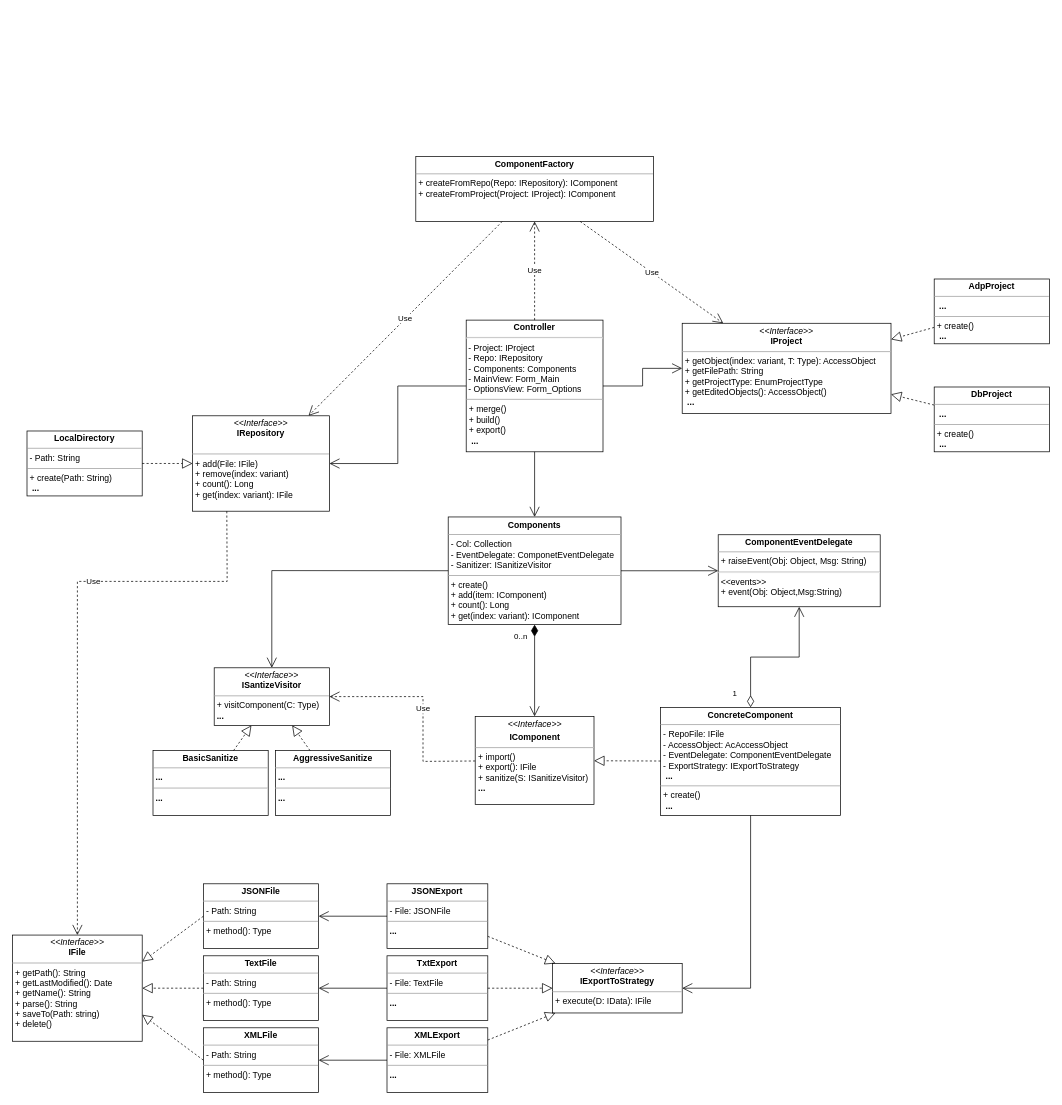
The draw.io diagram Class Diagram.drawio in Whiskeyless/msaccess-vcs-integration, before the edit. Source tidied: cells renumbered, new cells numbered last; positions are measured from the earlier drawing's top-left corner, leaving out a move shared by most shapes. Both pictures are drawn from the tidied source at 72%, with x=0, y=0 at pixel (12, 156).
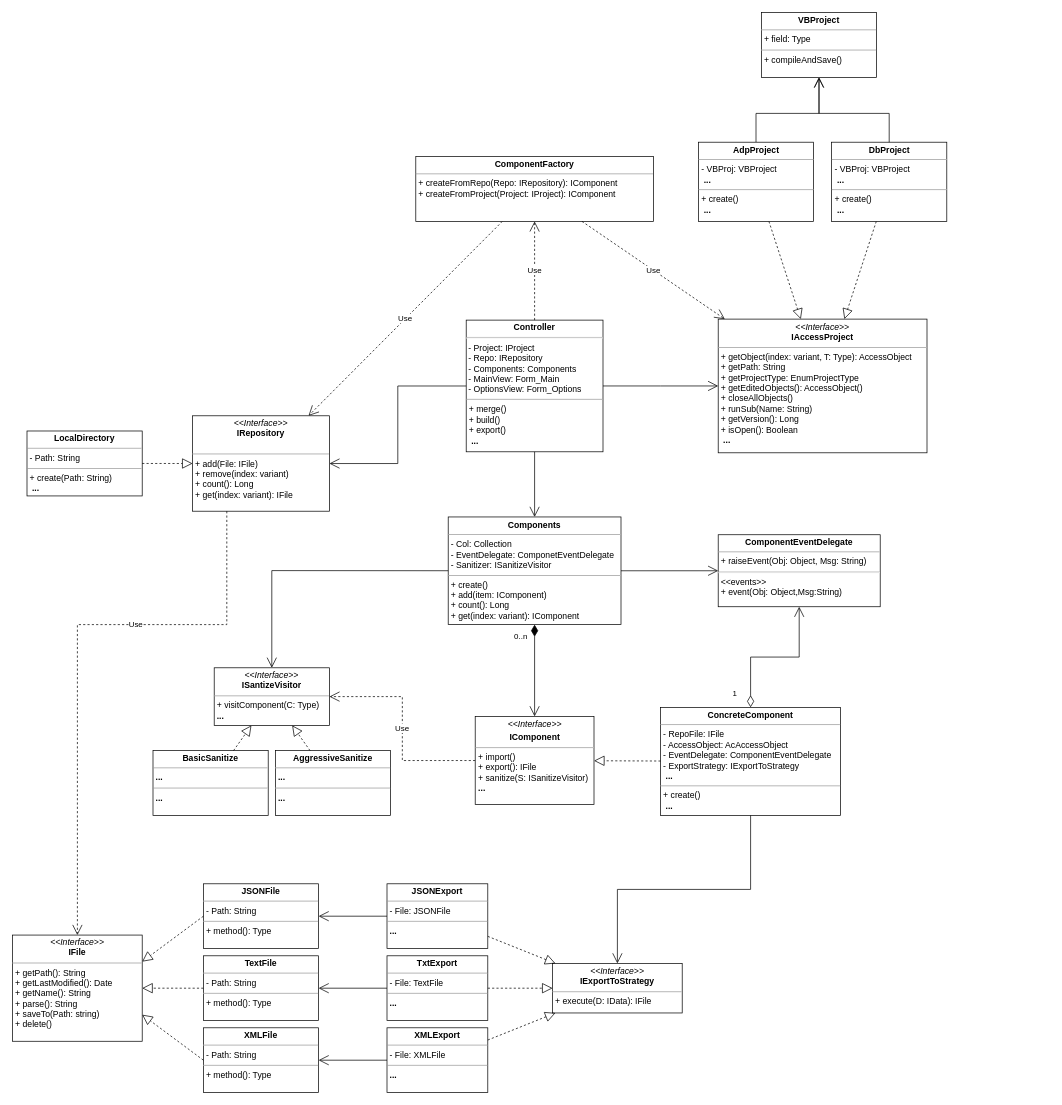
The same page after the edit.

The change refers to these unchanged cells:
```xml
<mxCell id="4" value="&lt;p style=&quot;margin:0px;margin-top:4px;text-align:center;&quot;&gt;&lt;b&gt;Controller&lt;/b&gt;&lt;/p&gt;&lt;hr&gt;&amp;nbsp;- Project: IProject&lt;br&gt;&amp;nbsp;- Repo: IRepository&lt;br&gt;&amp;nbsp;- Components: Components&lt;br&gt;&amp;nbsp;- MainView: Form_Main&lt;br&gt;&amp;nbsp;- OptionsView: Form_Options&lt;br&gt;&lt;hr size=&quot;1&quot;&gt;&lt;p style=&quot;margin:0px;margin-left:4px;&quot;&gt;&lt;span style=&quot;background-color: initial;&quot;&gt;+ merge()&lt;/span&gt;&lt;br&gt;&lt;/p&gt;&lt;p style=&quot;margin:0px;margin-left:4px;&quot;&gt;&lt;span style=&quot;background-color: initial;&quot;&gt;+ build()&lt;/span&gt;&lt;/p&gt;&lt;p style=&quot;margin:0px;margin-left:4px;&quot;&gt;+ export()&lt;/p&gt;&lt;p style=&quot;margin:0px;margin-left:4px;&quot;&gt;&amp;nbsp;&lt;b&gt;...&lt;/b&gt;&lt;/p&gt;" style="verticalAlign=top;align=left;overflow=fill;fontSize=12;fontFamily=Helvetica;html=1;" parent="1" vertex="1">
  <mxGeometry x="630" y="227.1" width="190" height="182.9" as="geometry" />
</mxCell>
<mxCell id="8" value="&lt;p style=&quot;margin:0px;margin-top:4px;text-align:center;&quot;&gt;&lt;b&gt;ConcreteComponent&lt;/b&gt;&lt;/p&gt;&lt;hr size=&quot;1&quot;&gt;&lt;p style=&quot;margin:0px;margin-left:4px;&quot;&gt;- RepoFile: IFile&lt;/p&gt;&lt;p style=&quot;margin:0px;margin-left:4px;&quot;&gt;- AccessObject: AcAccessObject&lt;/p&gt;&lt;p style=&quot;margin:0px;margin-left:4px;&quot;&gt;- EventDelegate: ComponentEventDelegate&lt;/p&gt;&lt;p style=&quot;margin:0px;margin-left:4px;&quot;&gt;- ExportStrategy: IExportToStrategy&lt;/p&gt;&lt;p style=&quot;margin:0px;margin-left:4px;&quot;&gt;&lt;span style=&quot;background-color: initial;&quot;&gt;&amp;nbsp;&lt;/span&gt;&lt;b style=&quot;background-color: initial;&quot;&gt;...&lt;/b&gt;&lt;br&gt;&lt;/p&gt;&lt;hr size=&quot;1&quot;&gt;&lt;p style=&quot;margin:0px;margin-left:4px;&quot;&gt;+ create()&lt;/p&gt;&lt;p style=&quot;margin:0px;margin-left:4px;&quot;&gt;&amp;nbsp;&lt;b&gt;...&lt;/b&gt;&lt;/p&gt;" style="verticalAlign=top;align=left;overflow=fill;fontSize=12;fontFamily=Helvetica;html=1;" parent="1" vertex="1">
  <mxGeometry x="900" y="765" width="250" height="150" as="geometry" />
</mxCell>
<mxCell id="9" value="&lt;p style=&quot;margin:0px;margin-top:4px;text-align:center;&quot;&gt;&lt;i&gt;&amp;lt;&amp;lt;Interface&amp;gt;&amp;gt;&lt;/i&gt;&lt;br&gt;&lt;/p&gt;&lt;p style=&quot;margin:0px;margin-top:4px;text-align:center;&quot;&gt;&lt;b&gt;IComponent&lt;/b&gt;&lt;/p&gt;&lt;hr size=&quot;1&quot;&gt;&lt;p style=&quot;margin: 0px 0px 0px 4px;&quot;&gt;+ import()&lt;/p&gt;&lt;p style=&quot;margin: 0px 0px 0px 4px;&quot;&gt;+ export(): IFile&lt;/p&gt;&lt;p style=&quot;margin: 0px 0px 0px 4px;&quot;&gt;+ sanitize(S: ISanitizeVisitor)&lt;/p&gt;&lt;p style=&quot;margin: 0px 0px 0px 4px;&quot;&gt;&lt;b style=&quot;background-color: initial;&quot;&gt;...&lt;/b&gt;&lt;/p&gt;" style="verticalAlign=top;align=left;overflow=fill;fontSize=12;fontFamily=Helvetica;html=1;" parent="1" vertex="1">
  <mxGeometry x="642.5" y="777.5" width="165" height="122.5" as="geometry" />
</mxCell>
<mxCell id="13" value="&lt;p style=&quot;margin:0px;margin-top:4px;text-align:center;&quot;&gt;&lt;i&gt;&amp;lt;&amp;lt;Interface&amp;gt;&amp;gt;&lt;/i&gt;&lt;br&gt;&lt;b&gt;IFile&lt;/b&gt;&lt;/p&gt;&lt;hr size=&quot;1&quot;&gt;&lt;p style=&quot;margin:0px;margin-left:4px;&quot;&gt;+ getPath(): String&lt;/p&gt;&lt;p style=&quot;margin:0px;margin-left:4px;&quot;&gt;+ getLastModified(): Date&lt;/p&gt;&lt;p style=&quot;margin:0px;margin-left:4px;&quot;&gt;+ getName(): String&lt;/p&gt;&lt;p style=&quot;margin:0px;margin-left:4px;&quot;&gt;&lt;span style=&quot;background-color: initial;&quot;&gt;+ parse(): String&lt;/span&gt;&lt;/p&gt;&lt;p style=&quot;margin:0px;margin-left:4px;&quot;&gt;+ saveTo(Path: string)&lt;/p&gt;&lt;p style=&quot;margin:0px;margin-left:4px;&quot;&gt;+ delete()&lt;/p&gt;" style="verticalAlign=top;align=left;overflow=fill;fontSize=12;fontFamily=Helvetica;html=1;" parent="1" vertex="1">
  <mxGeometry y="1081.2" width="180" height="147.5" as="geometry" />
</mxCell>
<mxCell id="23" value="&lt;p style=&quot;margin:0px;margin-top:4px;text-align:center;&quot;&gt;&lt;i&gt;&amp;lt;&amp;lt;Interface&amp;gt;&amp;gt;&lt;/i&gt;&lt;br&gt;&lt;b&gt;IRepository&lt;/b&gt;&lt;/p&gt;&lt;br&gt;&lt;hr size=&quot;1&quot;&gt;&lt;p style=&quot;margin:0px;margin-left:4px;&quot;&gt;+ add(File: IFile)&lt;br&gt;+ remove(index: variant)&lt;/p&gt;&lt;p style=&quot;margin:0px;margin-left:4px;&quot;&gt;+ count(): Long&lt;/p&gt;&lt;p style=&quot;margin:0px;margin-left:4px;&quot;&gt;+ get(index: variant): IFile&lt;/p&gt;" style="verticalAlign=top;align=left;overflow=fill;fontSize=12;fontFamily=Helvetica;html=1;" parent="1" vertex="1">
  <mxGeometry x="250" y="360" width="190" height="132.5" as="geometry" />
</mxCell>
<mxCell id="41" value="&lt;p style=&quot;margin:0px;margin-top:4px;text-align:center;&quot;&gt;&lt;i&gt;&amp;lt;&amp;lt;Interface&amp;gt;&amp;gt;&lt;/i&gt;&lt;br&gt;&lt;b&gt;IExportToStrategy&lt;/b&gt;&lt;/p&gt;&lt;hr size=&quot;1&quot;&gt;&lt;p style=&quot;margin:0px;margin-left:4px;&quot;&gt;+ execute(D: IData): IFile&lt;br&gt;&lt;/p&gt;" style="verticalAlign=top;align=left;overflow=fill;fontSize=12;fontFamily=Helvetica;html=1;" parent="1" vertex="1">
  <mxGeometry x="750" y="1120.6" width="180" height="68.8" as="geometry" />
</mxCell>
<mxCell id="46" value="&lt;p style=&quot;margin:0px;margin-top:4px;text-align:center;&quot;&gt;&lt;i&gt;&amp;lt;&amp;lt;Interface&amp;gt;&amp;gt;&lt;/i&gt;&lt;br&gt;&lt;b&gt;ISantizeVisitor&lt;/b&gt;&lt;/p&gt;&lt;hr size=&quot;1&quot;&gt;&lt;p style=&quot;margin:0px;margin-left:4px;&quot;&gt;+ visitComponent(C: Type)&lt;br&gt;&lt;/p&gt;&lt;p style=&quot;margin:0px;margin-left:4px;&quot;&gt;&lt;b&gt;...&lt;/b&gt;&lt;/p&gt;" style="verticalAlign=top;align=left;overflow=fill;fontSize=12;fontFamily=Helvetica;html=1;" parent="1" vertex="1">
  <mxGeometry x="280" y="710" width="160" height="80" as="geometry" />
</mxCell>
```

The edit, as a diff of the source:
```diff
@@
-    <mxCell id="3" value="&lt;p style=&quot;margin:0px;margin-top:4px;text-align:center;&quot;&gt;&lt;i&gt;&amp;lt;&amp;lt;Interface&amp;gt;&amp;gt;&lt;b&gt;&lt;br&gt;&lt;/b&gt;&lt;/i&gt;&lt;b&gt;IProject&lt;/b&gt;&lt;/p&gt;&lt;hr size=&quot;1&quot;&gt;&lt;p style=&quot;margin:0px;margin-left:4px;&quot;&gt;+ getObject(index: variant, T: Type): AccessObject&lt;/p&gt;&lt;p style=&quot;margin:0px;margin-left:4px;&quot;&gt;+ getFilePath: String&lt;/p&gt;&lt;p style=&quot;margin:0px;margin-left:4px;&quot;&gt;+ getProjectType: EnumProjectType&lt;/p&gt;&lt;p style=&quot;margin:0px;margin-left:4px;&quot;&gt;+ getEditedObjects(): AccessObject()&lt;/p&gt;&lt;p style=&quot;margin:0px;margin-left:4px;&quot;&gt;&lt;b&gt;&amp;nbsp;...&lt;/b&gt;&lt;/p&gt;" style="verticalAlign=top;align=left;overflow=fill;fontSize=12;fontFamily=Helvetica;html=1;" parent="1" vertex="1">
-      <mxGeometry x="930" y="231.5" width="290" height="125.2" as="geometry" />
+    <mxCell id="3" value="&lt;p style=&quot;margin:0px;margin-top:4px;text-align:center;&quot;&gt;&lt;i&gt;&amp;lt;&amp;lt;Interface&amp;gt;&amp;gt;&lt;b&gt;&lt;br&gt;&lt;/b&gt;&lt;/i&gt;&lt;b&gt;IAccessProject&lt;/b&gt;&lt;/p&gt;&lt;hr size=&quot;1&quot;&gt;&lt;p style=&quot;margin:0px;margin-left:4px;&quot;&gt;+ getObject(index: variant, T: Type): AccessObject&lt;/p&gt;&lt;p style=&quot;margin:0px;margin-left:4px;&quot;&gt;+ getPath: String&lt;/p&gt;&lt;p style=&quot;margin:0px;margin-left:4px;&quot;&gt;+ getProjectType: EnumProjectType&lt;/p&gt;&lt;p style=&quot;margin:0px;margin-left:4px;&quot;&gt;+ getEditedObjects(): AccessObject()&lt;/p&gt;&lt;p style=&quot;margin:0px;margin-left:4px;&quot;&gt;+ closeAllObjects()&lt;/p&gt;&lt;p style=&quot;margin:0px;margin-left:4px;&quot;&gt;+ runSub(Name: String)&lt;/p&gt;&lt;p style=&quot;margin:0px;margin-left:4px;&quot;&gt;+ getVersion(): Long&lt;/p&gt;&lt;p style=&quot;margin:0px;margin-left:4px;&quot;&gt;+ isOpen(): Boolean&lt;/p&gt;&lt;p style=&quot;margin:0px;margin-left:4px;&quot;&gt;&lt;b&gt;&amp;nbsp;...&lt;/b&gt;&lt;/p&gt;" style="verticalAlign=top;align=left;overflow=fill;fontSize=12;fontFamily=Helvetica;html=1;" parent="1" vertex="1">
+      <mxGeometry x="980" y="225.7" width="290" height="185.7" as="geometry" />
     </mxCell>
@@
-    <mxCell id="5" style="endArrow=open;html=1;endSize=12;startArrow=none;startSize=14;startFill=0;edgeStyle=orthogonalEdgeStyle;align=left;verticalAlign=bottom;rounded=0;" parent="1" edge="1" source="4" target="3">
+    <mxCell id="5" style="endArrow=open;html=1;endSize=12;startArrow=none;startSize=14;startFill=0;align=left;verticalAlign=bottom;rounded=0;edgeStyle=elbowEdgeStyle;" parent="1" edge="1" source="4" target="3">
       <mxGeometry relative="1" as="geometry" />
     </mxCell>
@@
+    <mxCell id="53" style="edgeStyle=orthogonalEdgeStyle;rounded=0;jettySize=auto;html=1;endArrow=open;endFill=0;endSize=12;entryX=0.5;entryY=1;entryDx=0;entryDy=0;" parent="1" edge="1" source="21" target="54">
+      <mxGeometry relative="1" as="geometry">
+        <Array as="points">
+          <mxPoint x="1033" y="-60" />
+          <mxPoint x="1120" y="-60" />
+        </Array>
+      </mxGeometry>
+    </mxCell>
-    <mxCell id="21" value="&lt;p style=&quot;margin:0px;margin-top:4px;text-align:center;&quot;&gt;&lt;b&gt;AdpProject&lt;/b&gt;&lt;/p&gt;&lt;hr size=&quot;1&quot;&gt;&lt;p style=&quot;margin:0px;margin-left:4px;&quot;&gt;&lt;b&gt;&amp;nbsp;...&lt;/b&gt;&lt;/p&gt;&lt;hr size=&quot;1&quot;&gt;&lt;p style=&quot;margin: 0px 0px 0px 4px;&quot;&gt;+ create()&lt;/p&gt;&lt;p style=&quot;margin: 0px 0px 0px 4px;&quot;&gt;&amp;nbsp;&lt;b&gt;...&lt;/b&gt;&lt;/p&gt;" style="verticalAlign=top;align=left;overflow=fill;fontSize=12;fontFamily=Helvetica;html=1;" parent="1" vertex="1">
-      <mxGeometry x="1280" y="170" width="160" height="90" as="geometry" />
+    <mxCell id="21" value="&lt;p style=&quot;margin:0px;margin-top:4px;text-align:center;&quot;&gt;&lt;b&gt;AdpProject&lt;/b&gt;&lt;/p&gt;&lt;hr size=&quot;1&quot;&gt;&lt;p style=&quot;margin:0px;margin-left:4px;&quot;&gt;- VBProj: VBProject&lt;/p&gt;&lt;p style=&quot;margin:0px;margin-left:4px;&quot;&gt;&lt;b&gt;&amp;nbsp;...&lt;/b&gt;&lt;/p&gt;&lt;hr size=&quot;1&quot;&gt;&lt;p style=&quot;margin: 0px 0px 0px 4px;&quot;&gt;+ create()&lt;/p&gt;&lt;p style=&quot;margin: 0px 0px 0px 4px;&quot;&gt;&amp;nbsp;&lt;b&gt;...&lt;/b&gt;&lt;/p&gt;" style="verticalAlign=top;align=left;overflow=fill;fontSize=12;fontFamily=Helvetica;html=1;" parent="1" vertex="1">
+      <mxGeometry x="952.5" y="-20" width="160" height="110" as="geometry" />
     </mxCell>
-    <mxCell id="22" value="&lt;p style=&quot;margin:0px;margin-top:4px;text-align:center;&quot;&gt;&lt;b&gt;DbProject&lt;/b&gt;&lt;/p&gt;&lt;hr size=&quot;1&quot;&gt;&lt;p style=&quot;margin:0px;margin-left:4px;&quot;&gt;&lt;b&gt;&amp;nbsp;...&lt;/b&gt;&lt;/p&gt;&lt;hr size=&quot;1&quot;&gt;&lt;p style=&quot;margin:0px;margin-left:4px;&quot;&gt;+ create()&lt;/p&gt;&lt;p style=&quot;margin:0px;margin-left:4px;&quot;&gt;&amp;nbsp;&lt;b&gt;...&lt;/b&gt;&lt;/p&gt;" style="verticalAlign=top;align=left;overflow=fill;fontSize=12;fontFamily=Helvetica;html=1;" parent="1" vertex="1">
-      <mxGeometry x="1280" y="320" width="160" height="90" as="geometry" />
+    <mxCell id="22" value="&lt;p style=&quot;margin:0px;margin-top:4px;text-align:center;&quot;&gt;&lt;b&gt;DbProject&lt;/b&gt;&lt;/p&gt;&lt;hr size=&quot;1&quot;&gt;&lt;p style=&quot;margin: 0px 0px 0px 4px;&quot;&gt;- VBProj: VBProject&lt;/p&gt;&lt;p style=&quot;margin:0px;margin-left:4px;&quot;&gt;&lt;b&gt;&amp;nbsp;...&lt;/b&gt;&lt;/p&gt;&lt;hr size=&quot;1&quot;&gt;&lt;p style=&quot;margin:0px;margin-left:4px;&quot;&gt;+ create()&lt;/p&gt;&lt;p style=&quot;margin:0px;margin-left:4px;&quot;&gt;&amp;nbsp;&lt;b&gt;...&lt;/b&gt;&lt;/p&gt;" style="verticalAlign=top;align=left;overflow=fill;fontSize=12;fontFamily=Helvetica;html=1;" parent="1" vertex="1">
+      <mxGeometry x="1137.5" y="-20" width="160" height="110" as="geometry" />
     </mxCell>
@@
-    <mxCell id="26" value="Use" style="endArrow=open;endSize=12;dashed=1;html=1;rounded=0;entryX=0.5;entryY=0;entryDx=0;entryDy=0;exitX=0.25;exitY=1;exitDx=0;exitDy=0;" parent="1" edge="1" source="23" target="13">
+    <mxCell id="26" value="Use" style="endArrow=open;endSize=12;dashed=1;html=1;rounded=0;entryX=0.5;entryY=0;entryDx=0;entryDy=0;exitX=0.25;exitY=1;exitDx=0;exitDy=0;edgeStyle=orthogonalEdgeStyle;" parent="1" edge="1" source="23" target="13">
       <mxGeometry x="-0.29" relative="1" as="geometry">
         <Array as="points">
-          <mxPoint x="298" y="590" />
-          <mxPoint x="90" y="590" />
-          <mxPoint x="90" y="660" />
+          <mxPoint x="298" y="650" />
+          <mxPoint x="90" y="650" />
         </Array>
         <mxPoint x="-1" as="offset" />
       </mxGeometry>
     </mxCell>
@@
-    <mxCell id="45" style="endArrow=open;endFill=1;endSize=12;html=1;rounded=0;" parent="1" edge="1" source="8" target="41">
-      <mxGeometry relative="1" as="geometry">
-        <Array as="points">
-          <mxPoint x="1025" y="1155" />
-        </Array>
-      </mxGeometry>
+    <mxCell id="45" style="endArrow=open;endFill=1;endSize=12;html=1;rounded=0;edgeStyle=orthogonalEdgeStyle;" parent="1" edge="1" source="8" target="41">
+      <mxGeometry relative="1" as="geometry" />
     </mxCell>
@@
-    <mxCell id="51" value="Use" style="endArrow=open;endSize=12;dashed=1;html=1;rounded=0;" parent="1" edge="1" source="9" target="46">
-      <mxGeometry relative="1" as="geometry">
-        <Array as="points">
-          <mxPoint x="570" y="840" />
-          <mxPoint x="570" y="750" />
-        </Array>
-      </mxGeometry>
+    <mxCell id="51" value="Use" style="endArrow=open;endSize=12;dashed=1;html=1;rounded=0;edgeStyle=orthogonalEdgeStyle;" parent="1" edge="1" source="9" target="46">
+      <mxGeometry relative="1" as="geometry" />
     </mxCell>
@@
+    <mxCell id="54" value="&lt;p style=&quot;margin:0px;margin-top:4px;text-align:center;&quot;&gt;&lt;b&gt;VBProject&lt;/b&gt;&lt;/p&gt;&lt;hr size=&quot;1&quot;&gt;&lt;p style=&quot;margin:0px;margin-left:4px;&quot;&gt;+ field: Type&lt;/p&gt;&lt;hr size=&quot;1&quot;&gt;&lt;p style=&quot;margin:0px;margin-left:4px;&quot;&gt;+ compileAndSave()&lt;/p&gt;" style="verticalAlign=top;align=left;overflow=fill;fontSize=12;fontFamily=Helvetica;html=1;" parent="1" vertex="1">
+      <mxGeometry x="1040" y="-200" width="160" height="90" as="geometry" />
+    </mxCell>
+    <mxCell id="55" style="endArrow=open;endFill=1;endSize=12;html=1;rounded=0;edgeStyle=orthogonalEdgeStyle;entryX=0.5;entryY=1;entryDx=0;entryDy=0;" parent="1" edge="1" source="22" target="54">
+      <mxGeometry relative="1" as="geometry">
+        <Array as="points">
+          <mxPoint x="1218" y="-60" />
+          <mxPoint x="1120" y="-60" />
+        </Array>
+      </mxGeometry>
+    </mxCell>
```
